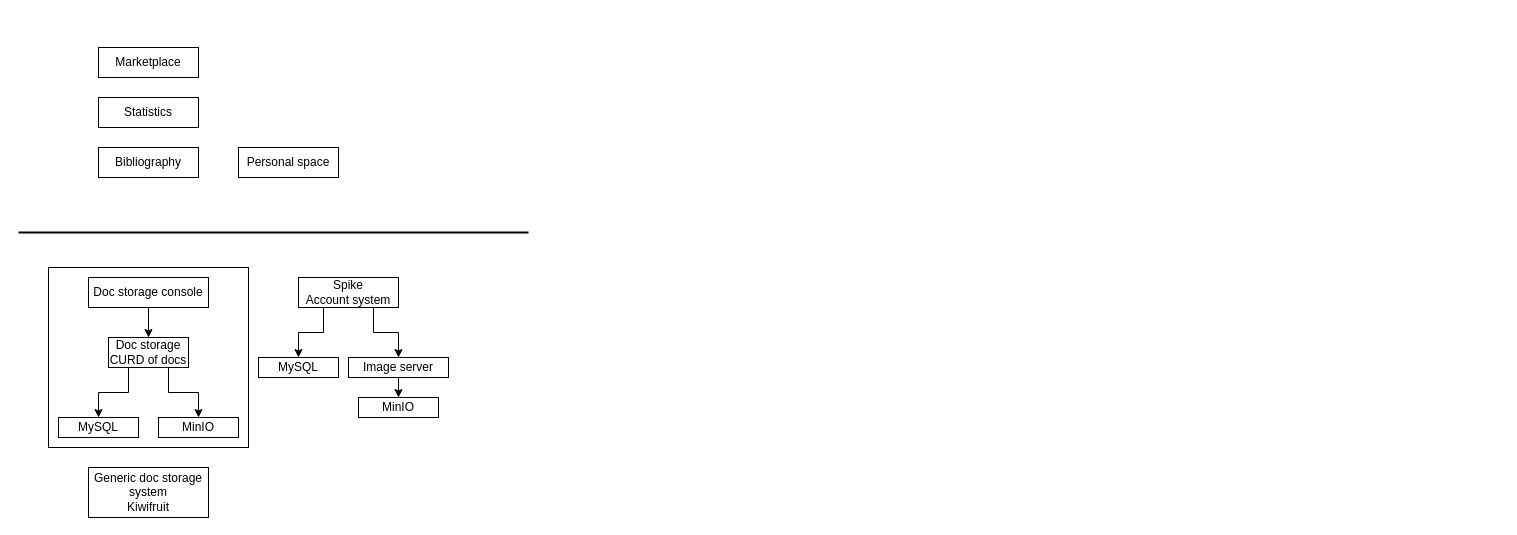
This is doc_hub.drawio from D15190304050/drawio_charts, a draw.io file, before an edit. Source tidied: cells renumbered, new cells numbered last; positions are measured from the earlier drawing's top-left corner, leaving out a move shared by most shapes. Both pictures are drawn from the tidied source at 100%, with x=0, y=0 at pixel (18, 47).
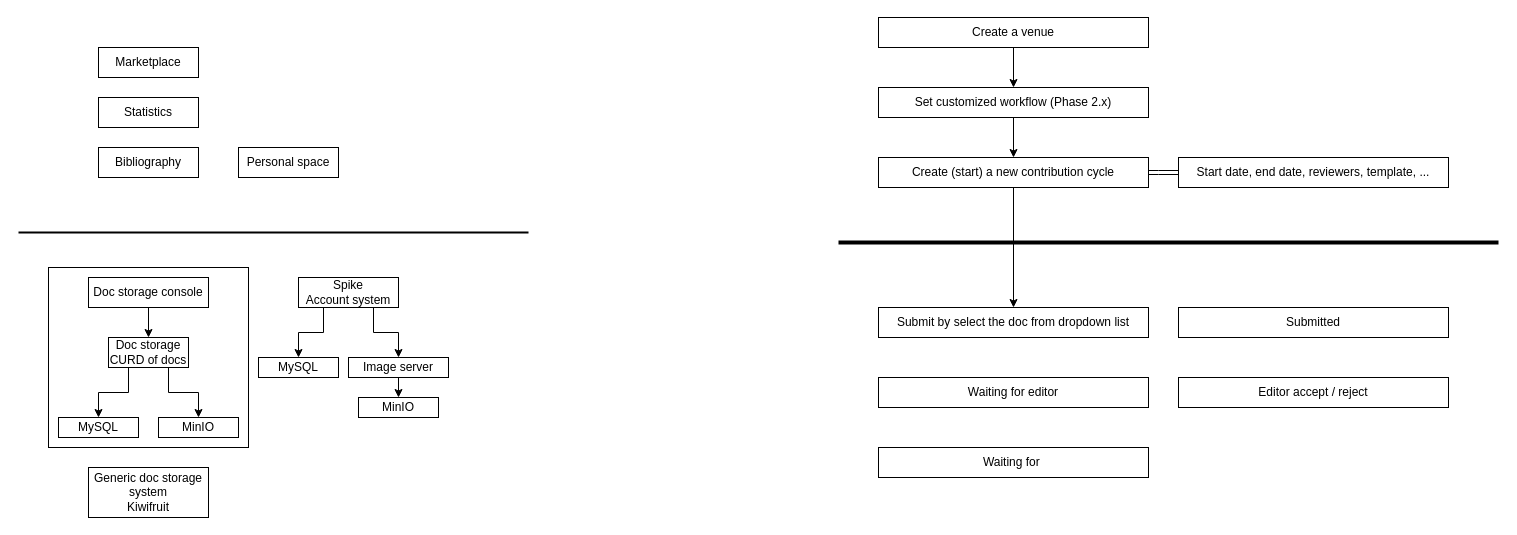
After the change.

Change to the diagram source:
```diff
@@
+    <mxCell id="23" style="edgeStyle=orthogonalEdgeStyle;rounded=0;jettySize=auto;html=1;exitX=0.5;exitY=1;exitDx=0;exitDy=0;entryX=0.5;entryY=0;entryDx=0;entryDy=0;" parent="1" edge="1" source="24" target="26">
+      <mxGeometry relative="1" as="geometry" />
+    </mxCell>
+    <mxCell id="24" value="Create a venue" style="rounded=0;whiteSpace=wrap;html=1;" parent="1" vertex="1">
+      <mxGeometry x="860" y="-30" width="270" height="30" as="geometry" />
+    </mxCell>
+    <mxCell id="25" style="edgeStyle=orthogonalEdgeStyle;rounded=0;jettySize=auto;html=1;exitX=0.5;exitY=1;exitDx=0;exitDy=0;" parent="1" edge="1" source="26" target="29">
+      <mxGeometry relative="1" as="geometry" />
+    </mxCell>
+    <mxCell id="26" value="Set customized workflow (Phase 2.x)" style="rounded=0;whiteSpace=wrap;html=1;" parent="1" vertex="1">
+      <mxGeometry x="860" y="40" width="270" height="30" as="geometry" />
+    </mxCell>
+    <mxCell id="27" style="edgeStyle=orthogonalEdgeStyle;rounded=0;jettySize=auto;html=1;exitX=1;exitY=0.5;exitDx=0;exitDy=0;strokeColor=default;shape=link;" parent="1" edge="1" source="29" target="31">
+      <mxGeometry relative="1" as="geometry" />
+    </mxCell>
+    <mxCell id="28" style="edgeStyle=orthogonalEdgeStyle;rounded=0;jettySize=auto;html=1;exitX=0.5;exitY=1;exitDx=0;exitDy=0;entryX=0.5;entryY=0;entryDx=0;entryDy=0;" parent="1" edge="1" source="29" target="30">
+      <mxGeometry relative="1" as="geometry" />
+    </mxCell>
+    <mxCell id="29" value="Create (start) a new contribution cycle" style="rounded=0;whiteSpace=wrap;html=1;" parent="1" vertex="1">
+      <mxGeometry x="860" y="110" width="270" height="30" as="geometry" />
+    </mxCell>
+    <mxCell id="30" value="Submit by select the doc from dropdown list" style="rounded=0;whiteSpace=wrap;html=1;" parent="1" vertex="1">
+      <mxGeometry x="860" y="260" width="270" height="30" as="geometry" />
+    </mxCell>
+    <mxCell id="31" value="Start date, end date, reviewers, template, ..." style="rounded=0;whiteSpace=wrap;html=1;" parent="1" vertex="1">
+      <mxGeometry x="1160" y="110" width="270" height="30" as="geometry" />
+    </mxCell>
+    <mxCell id="32" style="line;strokeWidth=4;html=1;perimeter=backbonePerimeter;" parent="1" vertex="1">
+      <mxGeometry x="820" y="190" width="660" height="10" as="geometry" />
+    </mxCell>
+    <mxCell id="33" value="Waiting for editor" style="rounded=0;whiteSpace=wrap;html=1;" parent="1" vertex="1">
+      <mxGeometry x="860" y="330" width="270" height="30" as="geometry" />
+    </mxCell>
+    <mxCell id="34" value="Submitted" style="rounded=0;whiteSpace=wrap;html=1;" parent="1" vertex="1">
+      <mxGeometry x="1160" y="260" width="270" height="30" as="geometry" />
+    </mxCell>
+    <mxCell id="35" value="Editor accept / reject" style="rounded=0;whiteSpace=wrap;html=1;" parent="1" vertex="1">
+      <mxGeometry x="1160" y="330" width="270" height="30" as="geometry" />
+    </mxCell>
+    <mxCell id="36" value="Waiting for&amp;nbsp;" style="rounded=0;whiteSpace=wrap;html=1;" parent="1" vertex="1">
+      <mxGeometry x="860" y="400" width="270" height="30" as="geometry" />
+    </mxCell>
```
